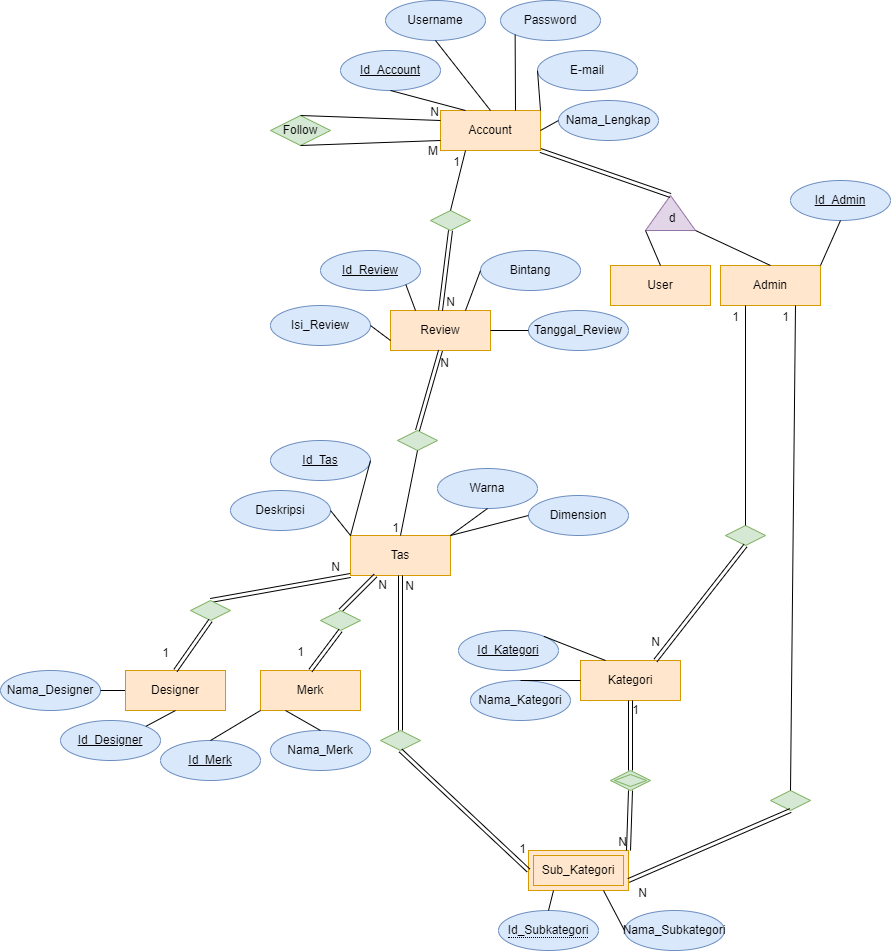
This is Requirements-ERD-etc/ERD.png from xSteins/BagsForYou-Site, a draw.io export, as it was before one commit. Source tidied: cells renumbered, new cells last; positions are measured from the earlier drawing's top-left corner, leaving out a move shared by most shapes.
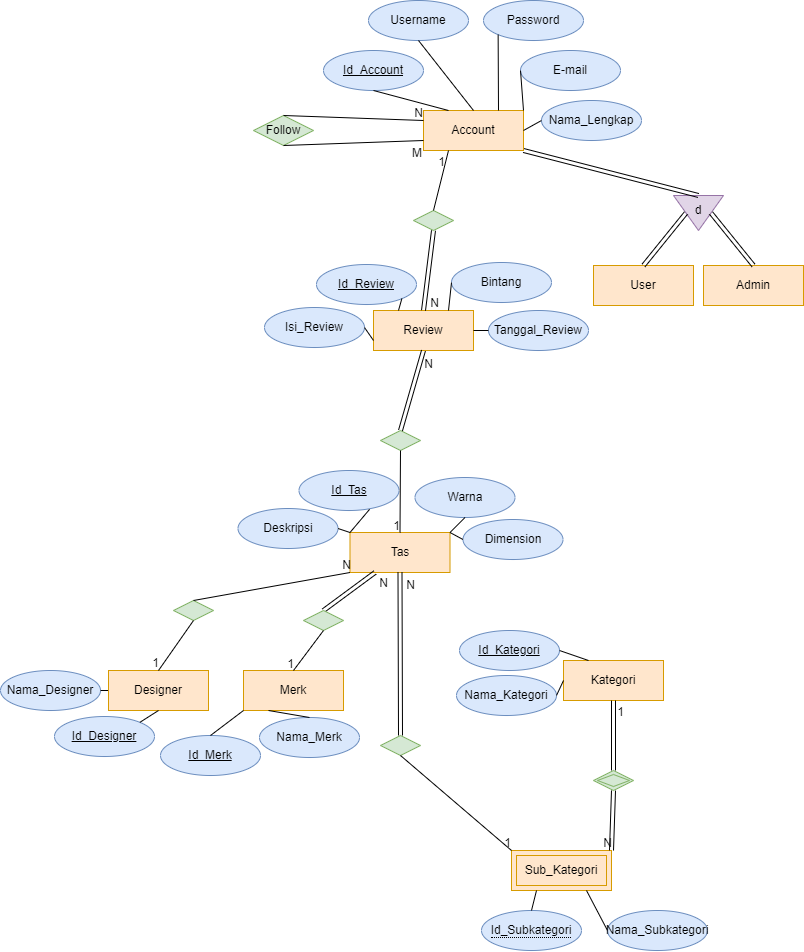
The same file after the commit.

Commit message:
Pembetulan ERD dan transformasi

-Upadate ERD.png
-Update ERD-Information.md

Change to the diagram source:
```diff
@@ -38,15 +38,9 @@
     <mxCell id="13" value="User" style="whiteSpace=wrap;html=1;align=center;fillColor=#ffe6cc;strokeColor=#d79b00;fontColor=#000000;" parent="1" vertex="1">
       <mxGeometry x="610" y="265" width="100" height="40" as="geometry" />
     </mxCell>
-    <mxCell id="14" style="verticalLabelPosition=bottom;verticalAlign=top;html=1;shape=mxgraph.basic.acute_triangle;dx=0.5;rotation=0;fillColor=#e1d5e7;strokeColor=#9673a6;" parent="1" vertex="1">
-      <mxGeometry x="645" y="195" width="50" height="35" as="geometry" />
+    <mxCell id="14" style="verticalLabelPosition=bottom;verticalAlign=top;html=1;shape=mxgraph.basic.acute_triangle;dx=0.5;rotation=0;fillColor=#e1d5e7;strokeColor=#9673a6;direction=west;" parent="1" vertex="1">
+      <mxGeometry x="690" y="195" width="50" height="35" as="geometry" />
     </mxCell>
-    <mxCell id="15" style="endArrow=none;html=1;rounded=0;entryX=0.5;entryY=0;entryDx=0;entryDy=0;exitX=1;exitY=1;exitDx=0;exitDy=0;exitPerimeter=0;" parent="1" edge="1" source="14" target="12">
-      <mxGeometry relative="1" as="geometry" />
-    </mxCell>
-    <mxCell id="16" style="endArrow=none;html=1;rounded=0;entryX=0.5;entryY=0;entryDx=0;entryDy=0;exitX=0;exitY=1;exitDx=0;exitDy=0;exitPerimeter=0;" parent="1" edge="1" source="14" target="13">
-      <mxGeometry relative="1" as="geometry" />
-    </mxCell>
     <mxCell id="17" value="Sub_Kategori" style="shape=ext;margin=3;double=1;whiteSpace=wrap;html=1;align=center;fillColor=#ffe6cc;strokeColor=#d79b00;" parent="1" vertex="1">
       <mxGeometry x="528" y="850" width="100" height="40" as="geometry" />
     </mxCell>
@@ -54,7 +48,7 @@
       <mxGeometry x="580" y="660" width="100" height="40" as="geometry" />
     </mxCell>
     <mxCell id="19" value="Tas" style="whiteSpace=wrap;html=1;align=center;fillColor=#ffe6cc;strokeColor=#d79b00;fontColor=#000000;" parent="1" vertex="1">
-      <mxGeometry x="350" y="535" width="100" height="40" as="geometry" />
+      <mxGeometry x="366.5" y="532" width="100" height="40" as="geometry" />
     </mxCell>
     <mxCell id="20" value="Review" style="whiteSpace=wrap;html=1;align=center;fillColor=#ffe6cc;strokeColor=#d79b00;fontColor=#000000;" parent="1" vertex="1">
       <mxGeometry x="390" y="310" width="100" height="40" as="geometry" />
@@ -66,13 +60,13 @@
       <mxGeometry x="498" y="910" width="100" height="40" as="geometry" />
     </mxCell>
     <mxCell id="23" value="Id_Review" style="ellipse;whiteSpace=wrap;html=1;align=center;fontStyle=4;fillColor=#dae8fc;strokeColor=#6c8ebf;" parent="1" vertex="1">
-      <mxGeometry x="320" y="250" width="100" height="40" as="geometry" />
+      <mxGeometry x="333" y="264" width="100" height="40" as="geometry" />
     </mxCell>
     <mxCell id="24" value="Id_Kategori" style="ellipse;whiteSpace=wrap;html=1;align=center;fontStyle=4;fillColor=#dae8fc;strokeColor=#6c8ebf;" parent="1" vertex="1">
-      <mxGeometry x="458" y="630" width="100" height="40" as="geometry" />
+      <mxGeometry x="476" y="630" width="100" height="40" as="geometry" />
     </mxCell>
     <mxCell id="25" value="Id_Tas" style="ellipse;whiteSpace=wrap;html=1;align=center;fontStyle=4;fillColor=#dae8fc;strokeColor=#6c8ebf;" parent="1" vertex="1">
-      <mxGeometry x="270" y="440" width="100" height="40" as="geometry" />
+      <mxGeometry x="315.5" y="470" width="100" height="40" as="geometry" />
     </mxCell>
     <mxCell id="26" style="shape=rhombus;perimeter=rhombusPerimeter;whiteSpace=wrap;html=1;align=center;fillColor=#d5e8d4;strokeColor=#82b366;" parent="1" vertex="1">
       <mxGeometry x="430" y="210" width="40" height="20" as="geometry" />
@@ -94,7 +88,7 @@
     <mxCell id="31" value="N" style="html=1;whiteSpace=wrap;align=right;verticalAlign=bottom;" parent="30" vertex="1">
       <mxGeometry x="1" relative="1" as="geometry" />
     </mxCell>
-    <mxCell id="32" style="endArrow=none;html=1;rounded=0;entryX=1;entryY=0;entryDx=0;entryDy=0;exitX=0.25;exitY=0;exitDx=0;exitDy=0;" parent="1" edge="1" source="18" target="24">
+    <mxCell id="32" style="endArrow=none;html=1;rounded=0;entryX=1;entryY=0.5;entryDx=0;entryDy=0;exitX=0.25;exitY=0;exitDx=0;exitDy=0;" parent="1" edge="1" source="18" target="24">
       <mxGeometry relative="1" as="geometry" />
     </mxCell>
     <mxCell id="33" style="endArrow=none;html=1;rounded=0;entryX=0;entryY=0.5;entryDx=0;entryDy=0;exitX=0.75;exitY=1;exitDx=0;exitDy=0;" parent="1" edge="1" source="17" target="21">
@@ -103,7 +97,7 @@
     <mxCell id="34" style="endArrow=none;html=1;rounded=0;exitX=0.25;exitY=1;exitDx=0;exitDy=0;entryX=0.5;entryY=0;entryDx=0;entryDy=0;" parent="1" edge="1" source="17" target="22">
       <mxGeometry relative="1" as="geometry" />
     </mxCell>
-    <mxCell id="35" style="endArrow=none;html=1;rounded=0;entryX=1;entryY=0.5;entryDx=0;entryDy=0;exitX=0;exitY=0;exitDx=0;exitDy=0;" parent="1" edge="1" source="19" target="25">
+    <mxCell id="35" style="endArrow=none;html=1;rounded=0;entryX=0.706;entryY=0.97;entryDx=0;entryDy=0;exitX=0;exitY=0;exitDx=0;exitDy=0;entryPerimeter=0;" parent="1" edge="1" source="19" target="25">
       <mxGeometry relative="1" as="geometry" />
     </mxCell>
     <mxCell id="36" style="endArrow=none;html=1;rounded=0;entryX=0.25;entryY=0;entryDx=0;entryDy=0;exitX=1;exitY=1;exitDx=0;exitDy=0;" parent="1" edge="1" source="23" target="20">
@@ -143,22 +137,22 @@
       <mxGeometry x="610" y="770" width="40" height="20" as="geometry" />
     </mxCell>
     <mxCell id="46" value="Nama_Kategori" style="ellipse;whiteSpace=wrap;html=1;align=center;fillColor=#dae8fc;strokeColor=#6c8ebf;" parent="1" vertex="1">
-      <mxGeometry x="470" y="680" width="100" height="40" as="geometry" />
+      <mxGeometry x="473" y="675" width="100" height="40" as="geometry" />
     </mxCell>
-    <mxCell id="47" style="endArrow=none;html=1;rounded=0;entryX=0;entryY=0.5;entryDx=0;entryDy=0;exitX=0.5;exitY=0;exitDx=0;exitDy=0;" parent="1" edge="1" source="46" target="18">
+    <mxCell id="47" style="endArrow=none;html=1;rounded=0;entryX=0;entryY=0.5;entryDx=0;entryDy=0;exitX=1;exitY=0.5;exitDx=0;exitDy=0;" parent="1" edge="1" source="46" target="18">
       <mxGeometry relative="1" as="geometry" />
     </mxCell>
     <mxCell id="48" value="Deskripsi" style="ellipse;whiteSpace=wrap;html=1;align=center;fillColor=#dae8fc;strokeColor=#6c8ebf;" parent="1" vertex="1">
-      <mxGeometry x="230" y="490" width="100" height="40" as="geometry" />
+      <mxGeometry x="254.5" y="508" width="100" height="40" as="geometry" />
     </mxCell>
     <mxCell id="49" value="Warna" style="ellipse;whiteSpace=wrap;html=1;align=center;fillColor=#dae8fc;strokeColor=#6c8ebf;" parent="1" vertex="1">
-      <mxGeometry x="437" y="468" width="100" height="40" as="geometry" />
+      <mxGeometry x="431.5" y="477" width="100" height="40" as="geometry" />
     </mxCell>
     <mxCell id="50" value="Nama_Designer" style="ellipse;whiteSpace=wrap;html=1;align=center;fillColor=#dae8fc;strokeColor=#6c8ebf;" parent="1" vertex="1">
-      <mxGeometry y="670" width="100" height="40" as="geometry" />
+      <mxGeometry x="17" y="670" width="100" height="40" as="geometry" />
     </mxCell>
     <mxCell id="51" value="Dimension" style="ellipse;whiteSpace=wrap;html=1;align=center;fillColor=#dae8fc;strokeColor=#6c8ebf;" parent="1" vertex="1">
-      <mxGeometry x="528" y="495" width="100" height="40" as="geometry" />
+      <mxGeometry x="479.5" y="519" width="100" height="40" as="geometry" />
     </mxCell>
     <mxCell id="52" style="endArrow=none;html=1;rounded=0;entryX=1;entryY=0.5;entryDx=0;entryDy=0;exitX=0;exitY=0;exitDx=0;exitDy=0;" parent="1" edge="1" source="19" target="48">
       <mxGeometry relative="1" as="geometry" />
@@ -170,13 +164,13 @@
       <mxGeometry relative="1" as="geometry" />
     </mxCell>
     <mxCell id="55" value="Bintang" style="ellipse;whiteSpace=wrap;html=1;align=center;fillColor=#dae8fc;strokeColor=#6c8ebf;" parent="1" vertex="1">
-      <mxGeometry x="480" y="250" width="100" height="40" as="geometry" />
+      <mxGeometry x="468" y="262" width="100" height="40" as="geometry" />
     </mxCell>
     <mxCell id="56" value="Isi_Review" style="ellipse;whiteSpace=wrap;html=1;align=center;fillColor=#dae8fc;strokeColor=#6c8ebf;" parent="1" vertex="1">
-      <mxGeometry x="270" y="305" width="100" height="40" as="geometry" />
+      <mxGeometry x="281" y="307" width="100" height="40" as="geometry" />
     </mxCell>
     <mxCell id="57" value="Tanggal_Review" style="ellipse;whiteSpace=wrap;html=1;align=center;fillColor=#dae8fc;strokeColor=#6c8ebf;" parent="1" vertex="1">
-      <mxGeometry x="528" y="310" width="100" height="40" as="geometry" />
+      <mxGeometry x="505" y="310" width="100" height="40" as="geometry" />
     </mxCell>
     <mxCell id="58" style="endArrow=none;html=1;rounded=0;entryX=0.75;entryY=0;entryDx=0;entryDy=0;exitX=0;exitY=0.5;exitDx=0;exitDy=0;" parent="1" edge="1" source="55" target="20">
       <mxGeometry relative="1" as="geometry" />
@@ -208,16 +202,8 @@
       </mxGeometry>
     </mxCell>
     <mxCell id="67" style="shape=rhombus;perimeter=rhombusPerimeter;whiteSpace=wrap;html=1;align=center;fillColor=#d5e8d4;strokeColor=#82b366;" parent="1" vertex="1">
-      <mxGeometry x="380" y="730" width="40" height="20" as="geometry" />
+      <mxGeometry x="397" y="735" width="40" height="20" as="geometry" />
     </mxCell>
-    <mxCell id="68" style="shape=link;html=1;rounded=0;exitX=0.5;exitY=1;exitDx=0;exitDy=0;entryX=0;entryY=0.5;entryDx=0;entryDy=0;" parent="1" edge="1" source="67" target="17">
-      <mxGeometry relative="1" as="geometry" />
-    </mxCell>
-    <mxCell id="69" value="1" style="html=1;whiteSpace=wrap;align=right;verticalAlign=bottom;" parent="68" vertex="1">
-      <mxGeometry x="1" relative="1" as="geometry">
-        <mxPoint x="-2" y="-14" as="offset" />
-      </mxGeometry>
-    </mxCell>
     <mxCell id="70" style="shape=link;html=1;rounded=0;exitX=0.5;exitY=0;exitDx=0;exitDy=0;entryX=0.5;entryY=1;entryDx=0;entryDy=0;" parent="1" edge="1" source="67" target="19">
       <mxGeometry relative="1" as="geometry" />
     </mxCell>
@@ -240,22 +226,14 @@
     <mxCell id="75" style="shape=rhombus;perimeter=rhombusPerimeter;whiteSpace=wrap;html=1;align=center;fillColor=#d5e8d4;strokeColor=#82b366;" parent="1" vertex="1">
       <mxGeometry x="320" y="610" width="40" height="20" as="geometry" />
     </mxCell>
-    <mxCell id="76" style="shape=link;html=1;rounded=0;exitX=0.5;exitY=1;exitDx=0;exitDy=0;entryX=0.5;entryY=0;entryDx=0;entryDy=0;" parent="1" edge="1" source="75" target="72">
-      <mxGeometry relative="1" as="geometry" />
-    </mxCell>
-    <mxCell id="77" value="1" style="html=1;whiteSpace=wrap;align=right;verticalAlign=bottom;" parent="76" vertex="1">
-      <mxGeometry x="1" relative="1" as="geometry">
-        <mxPoint x="-5" y="-10" as="offset" />
-      </mxGeometry>
-    </mxCell>
     <mxCell id="78" style="endArrow=none;html=1;rounded=0;entryX=0;entryY=0.5;entryDx=0;entryDy=0;exitX=1;exitY=0;exitDx=0;exitDy=0;" parent="1" edge="1" source="19" target="51">
       <mxGeometry relative="1" as="geometry" />
     </mxCell>
     <mxCell id="79" value="Id_Merk" style="ellipse;whiteSpace=wrap;html=1;align=center;fontStyle=4;fillColor=#dae8fc;strokeColor=#6c8ebf;" parent="1" vertex="1">
-      <mxGeometry x="160" y="740" width="100" height="40" as="geometry" />
+      <mxGeometry x="177" y="735" width="100" height="40" as="geometry" />
     </mxCell>
     <mxCell id="80" value="Nama_Merk" style="ellipse;whiteSpace=wrap;html=1;align=center;fillColor=#dae8fc;strokeColor=#6c8ebf;" parent="1" vertex="1">
-      <mxGeometry x="270" y="730" width="100" height="40" as="geometry" />
+      <mxGeometry x="276" y="717" width="100" height="40" as="geometry" />
     </mxCell>
     <mxCell id="81" style="endArrow=none;html=1;rounded=0;entryX=0.5;entryY=0;entryDx=0;entryDy=0;exitX=0;exitY=1;exitDx=0;exitDy=0;" parent="1" edge="1" source="72" target="79">
       <mxGeometry relative="1" as="geometry" />
@@ -266,79 +244,19 @@
     <mxCell id="83" value="Designer" style="whiteSpace=wrap;html=1;align=center;fillColor=#ffe6cc;strokeColor=#d79b00;fontColor=#000000;" parent="1" vertex="1">
       <mxGeometry x="125" y="670" width="100" height="40" as="geometry" />
     </mxCell>
-    <mxCell id="84" style="shape=link;html=1;rounded=0;exitX=0.5;exitY=0;exitDx=0;exitDy=0;entryX=0;entryY=1;entryDx=0;entryDy=0;" parent="1" edge="1" source="86" target="19">
-      <mxGeometry relative="1" as="geometry" />
-    </mxCell>
-    <mxCell id="85" value="N" style="html=1;whiteSpace=wrap;align=right;verticalAlign=bottom;" parent="84" vertex="1">
-      <mxGeometry x="1" relative="1" as="geometry">
-        <mxPoint x="-10" as="offset" />
-      </mxGeometry>
-    </mxCell>
     <mxCell id="86" style="shape=rhombus;perimeter=rhombusPerimeter;whiteSpace=wrap;html=1;align=center;fillColor=#d5e8d4;strokeColor=#82b366;" parent="1" vertex="1">
       <mxGeometry x="190" y="600" width="40" height="20" as="geometry" />
     </mxCell>
-    <mxCell id="87" style="shape=link;html=1;rounded=0;exitX=0.5;exitY=1;exitDx=0;exitDy=0;entryX=0.5;entryY=0;entryDx=0;entryDy=0;" parent="1" edge="1" source="86" target="83">
-      <mxGeometry relative="1" as="geometry" />
-    </mxCell>
-    <mxCell id="88" value="1" style="html=1;whiteSpace=wrap;align=right;verticalAlign=bottom;" parent="87" vertex="1">
-      <mxGeometry x="1" relative="1" as="geometry">
-        <mxPoint x="-5" y="-10" as="offset" />
-      </mxGeometry>
-    </mxCell>
     <mxCell id="89" value="Id_Designer" style="ellipse;whiteSpace=wrap;html=1;align=center;fontStyle=4;fillColor=#dae8fc;strokeColor=#6c8ebf;" parent="1" vertex="1">
-      <mxGeometry x="60" y="720" width="100" height="40" as="geometry" />
+      <mxGeometry x="71" y="716" width="100" height="40" as="geometry" />
     </mxCell>
     <mxCell id="90" style="endArrow=none;html=1;rounded=0;entryX=1;entryY=0;entryDx=0;entryDy=0;exitX=0.5;exitY=1;exitDx=0;exitDy=0;" parent="1" edge="1" source="83" target="89">
       <mxGeometry relative="1" as="geometry" />
     </mxCell>
-    <mxCell id="91" value="Id_Admin" style="ellipse;whiteSpace=wrap;html=1;align=center;fontStyle=4;fillColor=#dae8fc;strokeColor=#6c8ebf;" parent="1" vertex="1">
-      <mxGeometry x="790" y="180" width="100" height="40" as="geometry" />
-    </mxCell>
-    <mxCell id="92" style="endArrow=none;html=1;rounded=0;entryX=1;entryY=0;entryDx=0;entryDy=0;exitX=0.5;exitY=1;exitDx=0;exitDy=0;" parent="1" edge="1" source="91" target="12">
-      <mxGeometry relative="1" as="geometry" />
-    </mxCell>
-    <mxCell id="93" style="shape=rhombus;perimeter=rhombusPerimeter;whiteSpace=wrap;html=1;align=center;fillColor=#d5e8d4;strokeColor=#82b366;" parent="1" vertex="1">
-      <mxGeometry x="725" y="525" width="40" height="20" as="geometry" />
-    </mxCell>
-    <mxCell id="94" style="shape=link;html=1;rounded=0;exitX=0.5;exitY=1;exitDx=0;exitDy=0;entryX=0.75;entryY=0;entryDx=0;entryDy=0;" parent="1" edge="1" source="93" target="18">
-      <mxGeometry relative="1" as="geometry" />
-    </mxCell>
-    <mxCell id="95" value="N" style="html=1;whiteSpace=wrap;align=right;verticalAlign=bottom;" parent="94" vertex="1">
-      <mxGeometry x="1" relative="1" as="geometry">
-        <mxPoint x="5" y="-10" as="offset" />
-      </mxGeometry>
-    </mxCell>
-    <mxCell id="96" style="shape=rhombus;perimeter=rhombusPerimeter;whiteSpace=wrap;html=1;align=center;fillColor=#d5e8d4;strokeColor=#82b366;" parent="1" vertex="1">
-      <mxGeometry x="770" y="790" width="40" height="20" as="geometry" />
-    </mxCell>
-    <mxCell id="97" style="shape=link;html=1;rounded=0;exitX=0.5;exitY=1;exitDx=0;exitDy=0;entryX=1;entryY=0.75;entryDx=0;entryDy=0;" parent="1" edge="1" source="96" target="17">
-      <mxGeometry relative="1" as="geometry" />
-    </mxCell>
-    <mxCell id="98" value="N" style="html=1;whiteSpace=wrap;align=right;verticalAlign=bottom;" parent="97" vertex="1">
-      <mxGeometry x="1" relative="1" as="geometry">
-        <mxPoint x="20" y="20" as="offset" />
-      </mxGeometry>
-    </mxCell>
-    <mxCell id="99" style="endArrow=none;html=1;rounded=0;exitX=0.5;exitY=0;exitDx=0;exitDy=0;entryX=0.25;entryY=1;entryDx=0;entryDy=0;" parent="1" edge="1" source="93" target="12">
-      <mxGeometry relative="1" as="geometry" />
-    </mxCell>
-    <mxCell id="100" value="1" style="html=1;whiteSpace=wrap;align=right;verticalAlign=bottom;" parent="99" vertex="1">
-      <mxGeometry x="1" relative="1" as="geometry">
-        <mxPoint x="-5" y="20" as="offset" />
-      </mxGeometry>
-    </mxCell>
-    <mxCell id="101" style="endArrow=none;html=1;rounded=0;exitX=0.5;exitY=0;exitDx=0;exitDy=0;entryX=0.75;entryY=1;entryDx=0;entryDy=0;" parent="1" edge="1" source="96" target="12">
-      <mxGeometry relative="1" as="geometry" />
-    </mxCell>
-    <mxCell id="102" value="1" style="html=1;whiteSpace=wrap;align=right;verticalAlign=bottom;" parent="101" vertex="1">
-      <mxGeometry x="1" relative="1" as="geometry">
-        <mxPoint x="-5" y="20" as="offset" />
-      </mxGeometry>
-    </mxCell>
-    <mxCell id="103" value="d" style="text;html=1;strokeColor=none;fillColor=none;align=center;verticalAlign=middle;whiteSpace=wrap;rounded=0;" parent="1" vertex="1">
-      <mxGeometry x="642" y="203" width="60" height="30" as="geometry" />
+    <mxCell id="103" value="d" style="text;html=1;strokeColor=none;fillColor=none;align=center;verticalAlign=middle;whiteSpace=wrap;rounded=0;direction=west;" parent="1" vertex="1">
+      <mxGeometry x="704" y="195" width="22" height="30" as="geometry" />
     </mxCell>
-    <mxCell id="104" style="shape=link;html=1;rounded=0;exitX=1;exitY=1;exitDx=0;exitDy=0;entryX=0;entryY=0;entryDx=25;entryDy=0;entryPerimeter=0;" parent="1" edge="1" source="2" target="14">
+    <mxCell id="104" style="shape=link;html=1;rounded=0;exitX=1;exitY=1;exitDx=0;exitDy=0;entryX=0.5;entryY=1;entryDx=0;entryDy=0;entryPerimeter=0;" parent="1" edge="1" source="2" target="14">
       <mxGeometry relative="1" as="geometry" />
     </mxCell>
     <mxCell id="105" style="html=1;whiteSpace=wrap;align=right;verticalAlign=bottom;" parent="104" vertex="1">
@@ -346,5 +264,45 @@
         <mxPoint x="15" as="offset" />
       </mxGeometry>
     </mxCell>
+    <mxCell id="106" style="shape=link;html=1;rounded=0;exitX=0.5;exitY=0;exitDx=0;exitDy=0;entryX=0;entryY=0;entryDx=37.5;entryDy=17.5;entryPerimeter=0;" parent="1" edge="1" source="13" target="14">
+      <mxGeometry relative="1" as="geometry" />
+    </mxCell>
+    <mxCell id="107" style="html=1;whiteSpace=wrap;align=right;verticalAlign=bottom;" parent="106" vertex="1">
+      <mxGeometry x="1" relative="1" as="geometry">
+        <mxPoint x="15" as="offset" />
+      </mxGeometry>
+    </mxCell>
+    <mxCell id="108" style="shape=link;html=1;rounded=0;exitX=0.5;exitY=0;exitDx=0;exitDy=0;entryX=0;entryY=0;entryDx=12.5;entryDy=17.5;entryPerimeter=0;" parent="1" edge="1" source="12" target="14">
+      <mxGeometry relative="1" as="geometry" />
+    </mxCell>
+    <mxCell id="109" style="html=1;whiteSpace=wrap;align=right;verticalAlign=bottom;" parent="108" vertex="1">
+      <mxGeometry x="1" relative="1" as="geometry">
+        <mxPoint x="15" as="offset" />
+      </mxGeometry>
+    </mxCell>
+    <mxCell id="84" style="endArrow=none;html=1;rounded=0;exitX=0.5;exitY=0;exitDx=0;exitDy=0;entryX=0;entryY=1;entryDx=0;entryDy=0;" parent="1" edge="1" source="86" target="19">
+      <mxGeometry relative="1" as="geometry" />
+    </mxCell>
+    <mxCell id="110" value="N" style="html=1;whiteSpace=wrap;align=right;verticalAlign=bottom;" parent="84" vertex="1">
+      <mxGeometry x="1" relative="1" as="geometry" />
+    </mxCell>
+    <mxCell id="87" style="endArrow=none;html=1;rounded=0;exitX=0.5;exitY=1;exitDx=0;exitDy=0;entryX=0.5;entryY=0;entryDx=0;entryDy=0;" parent="1" edge="1" source="86" target="83">
+      <mxGeometry relative="1" as="geometry" />
+    </mxCell>
+    <mxCell id="111" value="1" style="html=1;whiteSpace=wrap;align=right;verticalAlign=bottom;" parent="87" vertex="1">
+      <mxGeometry x="1" relative="1" as="geometry" />
+    </mxCell>
+    <mxCell id="76" style="endArrow=none;html=1;rounded=0;exitX=0.5;exitY=1;exitDx=0;exitDy=0;entryX=0.5;entryY=0;entryDx=0;entryDy=0;" parent="1" edge="1" source="75" target="72">
+      <mxGeometry relative="1" as="geometry" />
+    </mxCell>
+    <mxCell id="112" value="1" style="html=1;whiteSpace=wrap;align=right;verticalAlign=bottom;" parent="76" vertex="1">
+      <mxGeometry x="1" relative="1" as="geometry" />
+    </mxCell>
+    <mxCell id="68" style="endArrow=none;html=1;rounded=0;exitX=0.5;exitY=1;exitDx=0;exitDy=0;entryX=0;entryY=0;entryDx=0;entryDy=0;" parent="1" edge="1" source="67" target="17">
+      <mxGeometry relative="1" as="geometry" />
+    </mxCell>
+    <mxCell id="113" value="1" style="html=1;whiteSpace=wrap;align=right;verticalAlign=bottom;" parent="68" vertex="1">
+      <mxGeometry x="1" relative="1" as="geometry" />
+    </mxCell>
   </root>
 </mxGraphModel>
```
